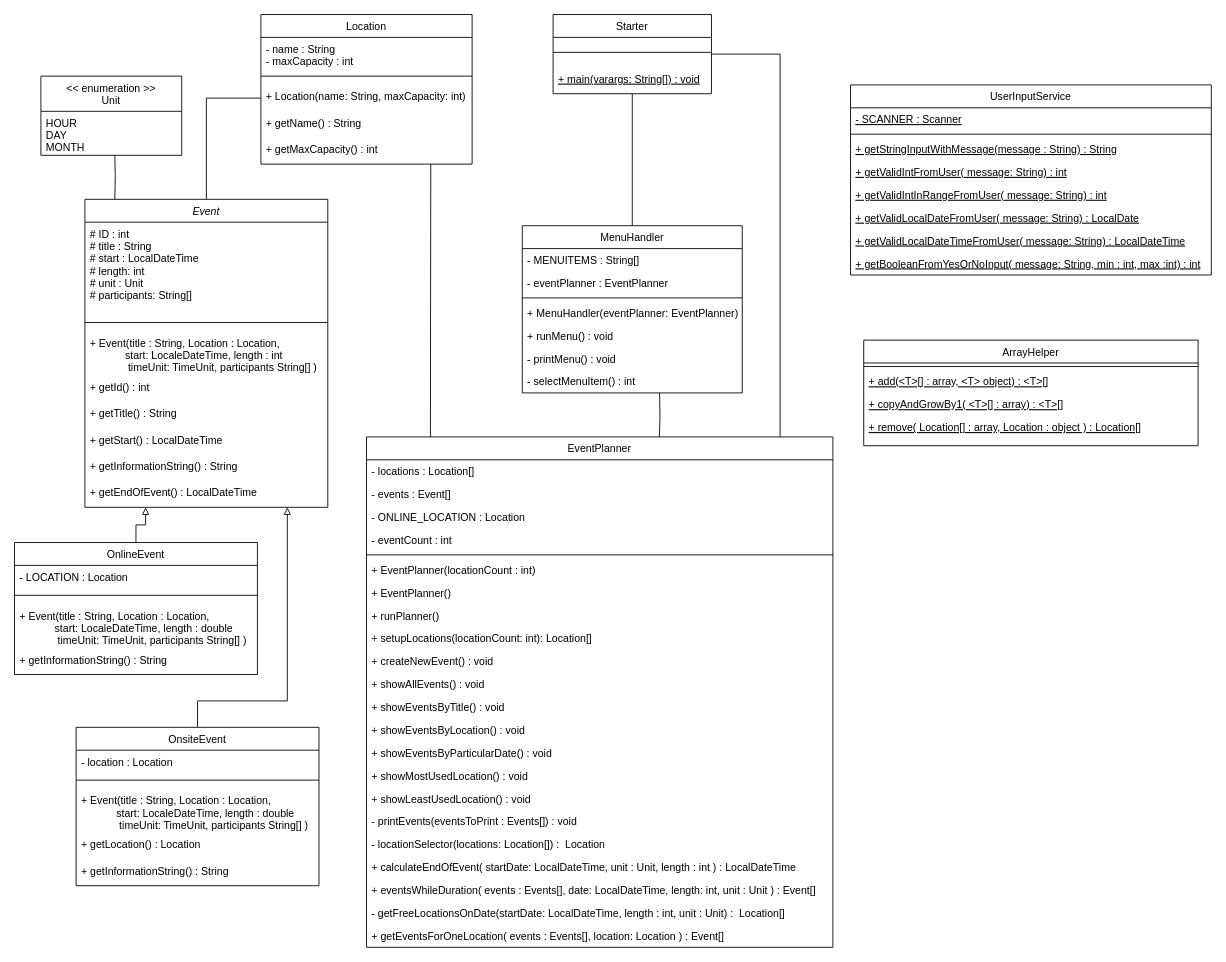
Before: doc/UML.drawio in julix14/becker-co1-assignment-02, a draw.io diagram. Source tidied: cells renumbered, new cells numbered last; positions are measured from the earlier drawing's top-left corner, leaving out a move shared by most shapes. Both pictures are drawn from the tidied source at 88%, with x=0, y=0 at pixel (14, 14).
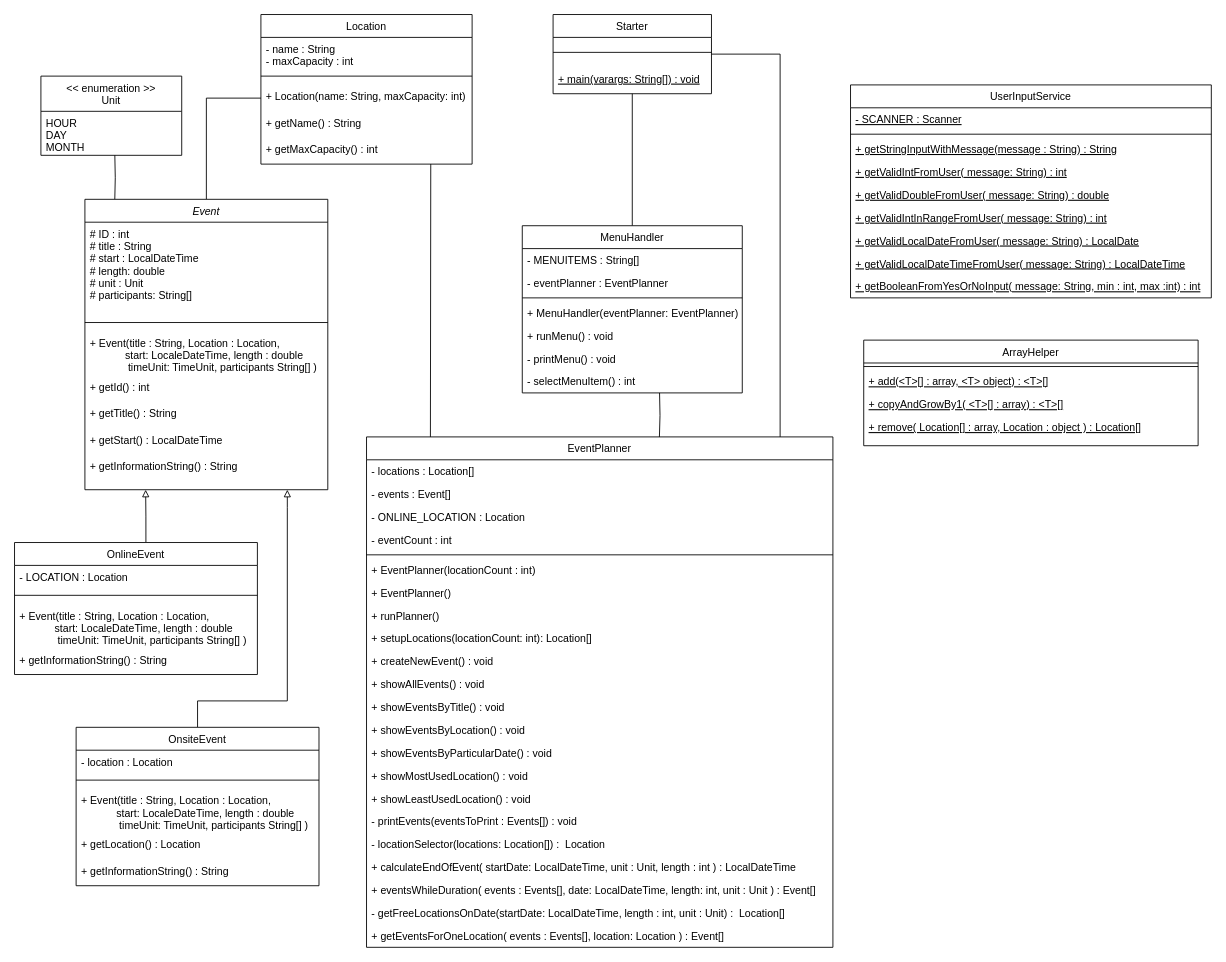
The same page after the edit.

Unchanged cells that the change refers to:
```xml
<mxCell id="59" value="OnsiteEvent" style="swimlane;fontStyle=0;align=center;verticalAlign=top;horizontal=1;startSize=26;rounded=0;shadow=0;strokeWidth=1;" parent="1" vertex="1">
  <mxGeometry x="70" y="810" width="276" height="180" as="geometry" />
</mxCell>
<mxCell id="66" value="OnlineEvent" style="swimlane;fontStyle=0;align=center;verticalAlign=top;horizontal=1;startSize=26;rounded=0;shadow=0;strokeWidth=1;" parent="1" vertex="1">
  <mxGeometry y="600" width="276" height="150" as="geometry" />
</mxCell>
```

What changed in the source:
```diff
@@
     <mxCell id="35" value="Event" style="swimlane;fontStyle=2;align=center;verticalAlign=top;horizontal=1;startSize=26;rounded=0;shadow=0;strokeWidth=1;" parent="1" vertex="1">
-      <mxGeometry x="80" y="210" width="276" height="350" as="geometry" />
+      <mxGeometry x="80" y="210" width="276" height="330" as="geometry" />
     </mxCell>
-    <mxCell id="36" value="# ID : int&#10;# title : String&#10;# start : LocalDateTime&#10;# length: int&#10;# unit : Unit&#10;# participants: String[]" style="text;align=left;verticalAlign=top;spacingLeft=4;spacingRight=4;overflow=hidden;" parent="35" vertex="1">
+    <mxCell id="36" value="# ID : int&#10;# title : String&#10;# start : LocalDateTime&#10;# length: double&#10;# unit : Unit&#10;# participants: String[]" style="text;align=left;verticalAlign=top;spacingLeft=4;spacingRight=4;overflow=hidden;" parent="35" vertex="1">
       <mxGeometry y="26" width="276" height="104" as="geometry" />
     </mxCell>
@@
-    <mxCell id="38" value="+ Event(title : String, Location : Location, &#10;            start: LocaleDateTime, length : int&#10;             timeUnit: TimeUnit, participants String[] )" style="text;align=left;verticalAlign=top;spacingLeft=4;spacingRight=4;overflow=hidden;" parent="35" vertex="1">
+    <mxCell id="38" value="+ Event(title : String, Location : Location, &#10;            start: LocaleDateTime, length : double&#10;             timeUnit: TimeUnit, participants String[] )" style="text;align=left;verticalAlign=top;spacingLeft=4;spacingRight=4;overflow=hidden;" parent="35" vertex="1">
       <mxGeometry y="150" width="276" height="50" as="geometry" />
     </mxCell>
@@
-    <mxCell id="43" value="+ getEndOfEvent() : LocalDateTime" style="text;align=left;verticalAlign=top;spacingLeft=4;spacingRight=4;overflow=hidden;" parent="35" vertex="1">
-      <mxGeometry y="320" width="276" height="30" as="geometry" />
-    </mxCell>
@@
     <mxCell id="58" style="edgeStyle=orthogonalEdgeStyle;rounded=0;jettySize=auto;html=1;exitX=0.5;exitY=0;exitDx=0;exitDy=0;endArrow=block;endFill=0;" parent="1" edge="1" source="59">
       <mxGeometry relative="1" as="geometry">
-        <mxPoint x="310" y="560" as="targetPoint" />
+        <mxPoint x="310" y="540" as="targetPoint" />
         <Array as="points">
           <mxPoint x="208" y="780" />
           <mxPoint x="310" y="780" />
           <mxPoint x="310" y="560" />
         </Array>
       </mxGeometry>
     </mxCell>
@@
-    <mxCell id="65" style="edgeStyle=orthogonalEdgeStyle;rounded=0;jettySize=auto;html=1;exitX=0.5;exitY=0;exitDx=0;exitDy=0;entryX=0.25;entryY=1;entryDx=0;entryDy=0;endArrow=block;endFill=0;" parent="1" edge="1" source="66" target="35">
+    <mxCell id="65" style="edgeStyle=orthogonalEdgeStyle;rounded=0;jettySize=auto;html=1;exitX=0.541;exitY=-0.003;exitDx=0;exitDy=0;entryX=0.25;entryY=1;entryDx=0;entryDy=0;endArrow=block;endFill=0;exitPerimeter=0;" parent="1" edge="1" source="66" target="35">
       <mxGeometry relative="1" as="geometry" />
     </mxCell>
@@
     <mxCell id="71" value="UserInputService" style="swimlane;fontStyle=0;align=center;verticalAlign=top;horizontal=1;startSize=26;rounded=0;shadow=0;strokeWidth=1;" parent="1" vertex="1">
-      <mxGeometry x="950" y="80" width="410" height="216" as="geometry" />
+      <mxGeometry x="950" y="80" width="410" height="242" as="geometry" />
     </mxCell>
@@
+    <mxCell id="86" value="+ getValidDoubleFromUser( message: String) : double" style="text;align=left;verticalAlign=top;spacingLeft=4;spacingRight=4;overflow=hidden;fontStyle=4;" parent="71" vertex="1">
+      <mxGeometry y="112" width="410" height="26" as="geometry" />
+    </mxCell>
     <mxCell id="76" value="+ getValidIntInRangeFromUser( message: String) : int" style="text;align=left;verticalAlign=top;spacingLeft=4;spacingRight=4;overflow=hidden;fontStyle=4;" parent="71" vertex="1">
-      <mxGeometry y="112" width="410" height="26" as="geometry" />
+      <mxGeometry y="138" width="410" height="26" as="geometry" />
     </mxCell>
     <mxCell id="77" value="+ getValidLocalDateFromUser( message: String) : LocalDate" style="text;align=left;verticalAlign=top;spacingLeft=4;spacingRight=4;overflow=hidden;fontStyle=4;" parent="71" vertex="1">
-      <mxGeometry y="138" width="410" height="26" as="geometry" />
+      <mxGeometry y="164" width="410" height="26" as="geometry" />
     </mxCell>
     <mxCell id="78" value="+ getValidLocalDateTimeFromUser( message: String) : LocalDateTime" style="text;align=left;verticalAlign=top;spacingLeft=4;spacingRight=4;overflow=hidden;fontStyle=4;" parent="71" vertex="1">
-      <mxGeometry y="164" width="410" height="26" as="geometry" />
+      <mxGeometry y="190" width="410" height="26" as="geometry" />
     </mxCell>
     <mxCell id="79" value="+ getBooleanFromYesOrNoInput( message: String, min : int, max :int) : int" style="text;align=left;verticalAlign=top;spacingLeft=4;spacingRight=4;overflow=hidden;fontStyle=4;" parent="71" vertex="1">
-      <mxGeometry y="190" width="410" height="26" as="geometry" />
+      <mxGeometry y="216" width="410" height="26" as="geometry" />
     </mxCell>
```
